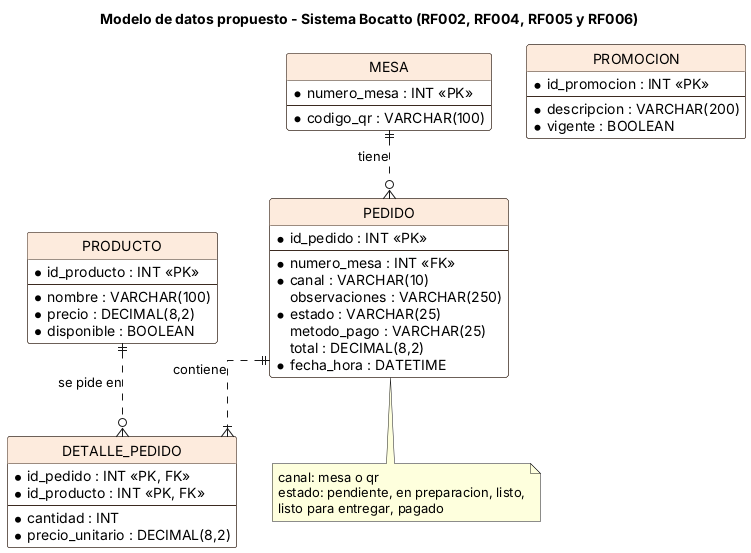
Before: PROYECTO/2. DISEÑOS/2.3 Mockups/modelo_datos.png, a diagram exported from PlantUML (Ricardo-lainez/RicardoLainez36838_G5_ADSW). Its diagram source:
```plantuml
@startuml
hide circle
skinparam linetype ortho
skinparam shadowing false
skinparam class {
  BackgroundColor #FFFFFF
  BorderColor #3B2A20
  HeaderBackgroundColor #FDEBDD
}
title Modelo de datos propuesto - Sistema Bocatto (RF002, RF004, RF005 y RF006)

entity "MESA" as mesa {
  * numero_mesa : INT <<PK>>
  --
  * codigo_qr : VARCHAR(100)
}
entity "PRODUCTO" as producto {
  * id_producto : INT <<PK>>
  --
  * nombre : VARCHAR(100)
  * precio : DECIMAL(8,2)
  * disponible : BOOLEAN
}
entity "PROMOCION" as promocion {
  * id_promocion : INT <<PK>>
  --
  * descripcion : VARCHAR(200)
  * vigente : BOOLEAN
}
entity "PEDIDO" as pedido {
  * id_pedido : INT <<PK>>
  --
  * numero_mesa : INT <<FK>>
  * canal : VARCHAR(10)
  observaciones : VARCHAR(250)
  * estado : VARCHAR(25)
  metodo_pago : VARCHAR(25)
  total : DECIMAL(8,2)
  * fecha_hora : DATETIME
}
entity "DETALLE_PEDIDO" as detalle {
  * id_pedido : INT <<PK, FK>>
  * id_producto : INT <<PK, FK>>
  --
  * cantidad : INT
  * precio_unitario : DECIMAL(8,2)
}
mesa ||..o{ pedido : "tiene"
pedido ||..|{ detalle : "contiene"
producto ||..o{ detalle : "se pide en"
note bottom of pedido
canal: mesa o qr
estado: pendiente, en preparacion, listo,
listo para entregar, pagado
end note
@enduml
```
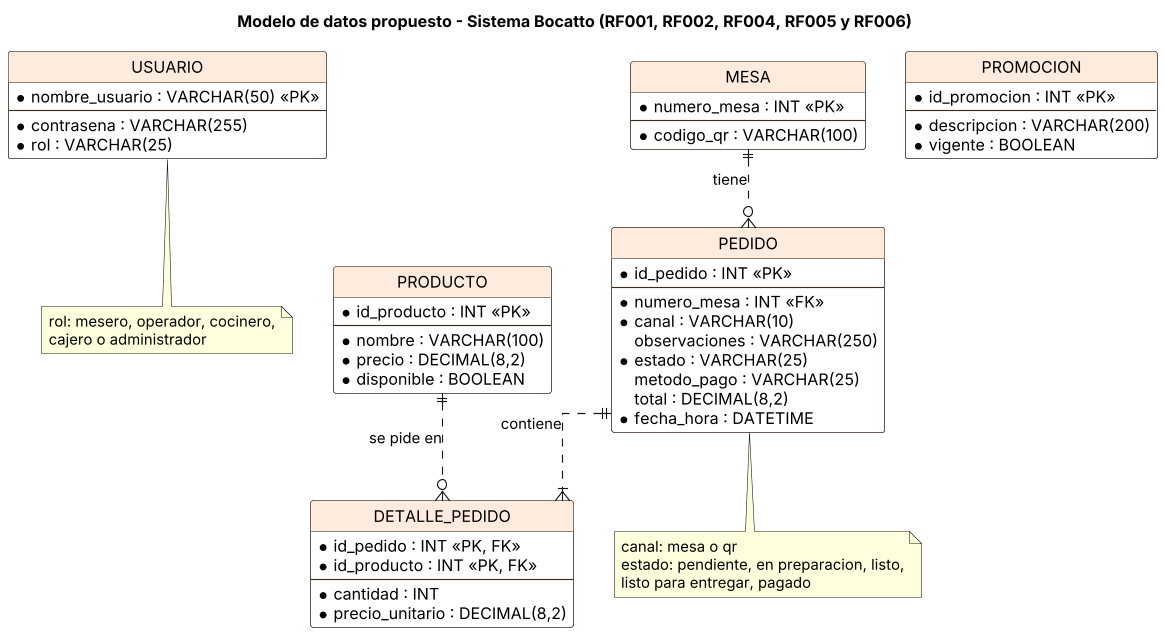
The same file after the commit.

Commit message:
Sprint 5: diagrama de clases REQ001, menu por rol y tabla USUARIO

Change to the diagram source:
```diff
@@ -1,4 +1,5 @@
 @startuml
+skinparamlocked dpi 110
 hide circle
 skinparam linetype ortho
 skinparam shadowing false
@@ -7,8 +8,14 @@
   BorderColor #3B2A20
   HeaderBackgroundColor #FDEBDD
 }
-title Modelo de datos propuesto - Sistema Bocatto (RF002, RF004, RF005 y RF006)
+title Modelo de datos propuesto - Sistema Bocatto (RF001, RF002, RF004, RF005 y RF006)
 
+entity "USUARIO" as usuario {
+  * nombre_usuario : VARCHAR(50) <<PK>>
+  --
+  * contrasena : VARCHAR(255)
+  * rol : VARCHAR(25)
+}
 entity "MESA" as mesa {
   * numero_mesa : INT <<PK>>
   --
@@ -48,6 +55,10 @@
 mesa ||..o{ pedido : "tiene"
 pedido ||..|{ detalle : "contiene"
 producto ||..o{ detalle : "se pide en"
+note bottom of usuario
+rol: mesero, operador, cocinero,
+cajero o administrador
+end note
 note bottom of pedido
 canal: mesa o qr
 estado: pendiente, en preparacion, listo,
```
